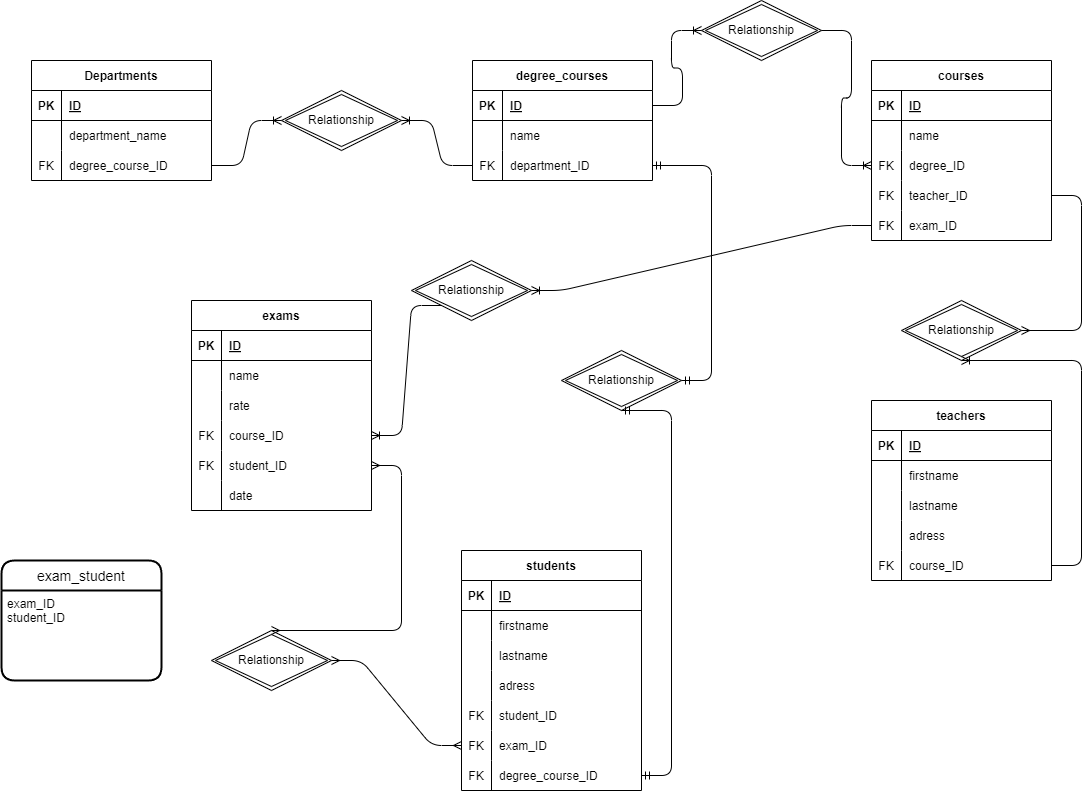
ManuelTrappolini/db-university keeps this draw.io diagram as university.png. Above is the earlier version. Source tidied: cells renumbered, new cells last; positions are measured from the earlier drawing's top-left corner, leaving out a move shared by most shapes.
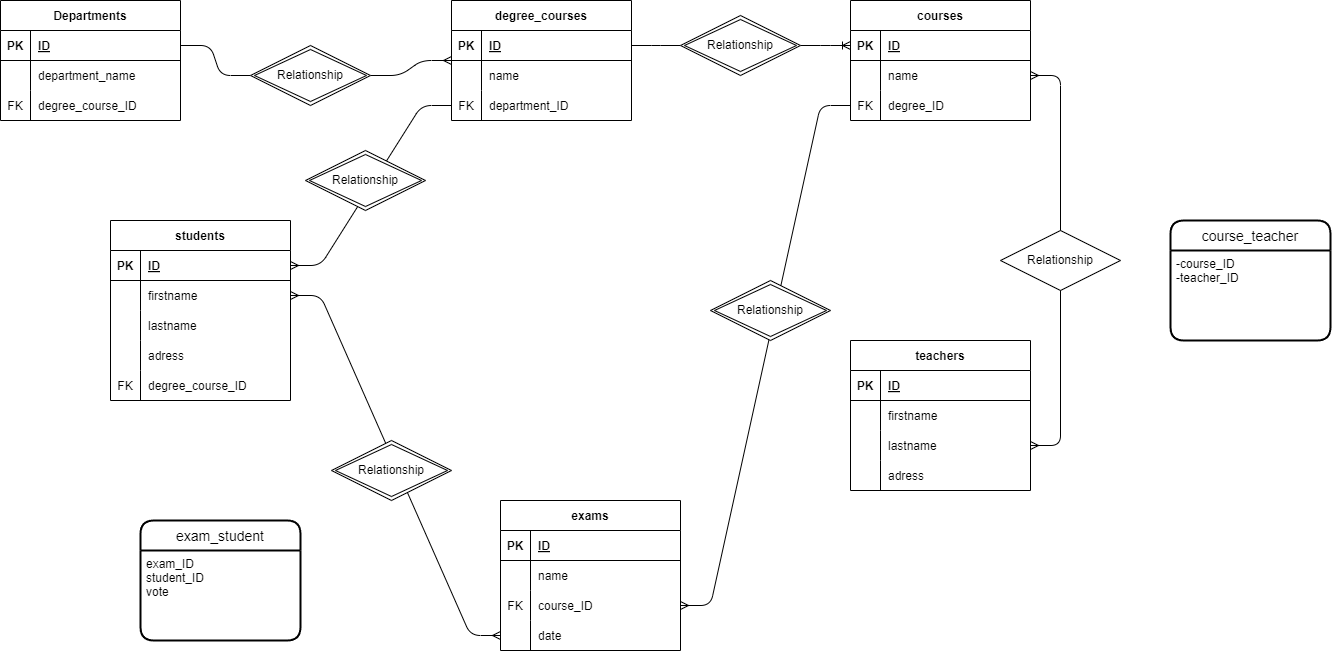
The same diagram one commit later.

Change to the diagram source:
```diff
@@ -3,7 +3,7 @@
     <mxCell id="0" />
     <mxCell id="1" parent="0" />
     <mxCell id="2" value="Departments" style="shape=table;startSize=30;rowLines=0;fontStyle=1;align=center;" parent="1" vertex="1">
-      <mxGeometry x="30" y="60" width="180" height="120" as="geometry" />
+      <mxGeometry x="20" y="60" width="180" height="120" as="geometry" />
     </mxCell>
     <mxCell id="3" style="shape=tableRow;horizontal=0;startSize=0;swimlaneHead=0;swimlaneBody=0;fillColor=none;points=[[0,0.5],[1,0.5]];portConstraint=eastwest;top=0;left=0;right=0;bottom=1;" parent="2" vertex="1">
       <mxGeometry y="30" width="180" height="30" as="geometry" />
@@ -32,9 +32,6 @@
     <mxCell id="11" value="degree_course_ID" style="shape=partialRectangle;fillColor=none;top=0;left=0;bottom=0;right=0;align=left;spacingLeft=6;overflow=hidden;" parent="9" vertex="1">
       <mxGeometry x="30" width="150" height="30" as="geometry" />
     </mxCell>
-    <mxCell id="12" value="Relationship" style="shape=rhombus;double=1;perimeter=rhombusPerimeter;whiteSpace=wrap;html=1;align=center;" parent="1" vertex="1">
-      <mxGeometry x="280" y="90" width="120" height="60" as="geometry" />
-    </mxCell>
     <mxCell id="13" value="degree_courses" style="shape=table;startSize=30;rowLines=0;fontStyle=1;align=center;" parent="1" vertex="1">
       <mxGeometry x="471" y="60" width="180" height="120" as="geometry" />
     </mxCell>
@@ -65,14 +62,8 @@
     <mxCell id="22" value="department_ID" style="shape=partialRectangle;fillColor=none;top=0;left=0;bottom=0;right=0;align=left;spacingLeft=6;overflow=hidden;" parent="20" vertex="1">
       <mxGeometry x="30" width="150" height="30" as="geometry" />
     </mxCell>
-    <mxCell id="23" style="edgeStyle=entityRelationEdgeStyle;fontSize=12;html=1;endArrow=ERoneToMany;exitX=1;exitY=0.5;exitDx=0;exitDy=0;" parent="1" edge="1" source="9" target="12">
-      <mxGeometry relative="1" as="geometry" />
-    </mxCell>
-    <mxCell id="24" style="edgeStyle=entityRelationEdgeStyle;fontSize=12;html=1;endArrow=ERoneToMany;exitX=0;exitY=0.5;exitDx=0;exitDy=0;" parent="1" edge="1" source="20" target="12">
-      <mxGeometry relative="1" as="geometry" />
-    </mxCell>
     <mxCell id="25" value="courses" style="shape=table;startSize=30;rowLines=0;fontStyle=1;align=center;" parent="1" vertex="1">
-      <mxGeometry x="870" y="60" width="180" height="180" as="geometry" />
+      <mxGeometry x="870" y="60" width="180" height="120" as="geometry" />
     </mxCell>
     <mxCell id="26" style="shape=tableRow;horizontal=0;startSize=0;swimlaneHead=0;swimlaneBody=0;fillColor=none;points=[[0,0.5],[1,0.5]];portConstraint=eastwest;top=0;left=0;right=0;bottom=1;" parent="25" vertex="1">
       <mxGeometry y="30" width="180" height="30" as="geometry" />
@@ -101,35 +92,11 @@
     <mxCell id="34" value="degree_ID" style="shape=partialRectangle;fillColor=none;top=0;left=0;bottom=0;right=0;align=left;spacingLeft=6;overflow=hidden;" parent="32" vertex="1">
       <mxGeometry x="30" width="150" height="30" as="geometry" />
     </mxCell>
-    <mxCell id="35" style="shape=tableRow;horizontal=0;startSize=0;swimlaneHead=0;swimlaneBody=0;fillColor=none;points=[[0,0.5],[1,0.5]];portConstraint=eastwest;top=0;left=0;right=0;bottom=0;" parent="25" vertex="1">
-      <mxGeometry y="120" width="180" height="30" as="geometry" />
-    </mxCell>
-    <mxCell id="36" value="FK" style="shape=partialRectangle;fillColor=none;top=0;left=0;bottom=0;right=0;overflow=hidden;" parent="35" vertex="1">
-      <mxGeometry width="30" height="30" as="geometry" />
-    </mxCell>
-    <mxCell id="37" value="teacher_ID" style="shape=partialRectangle;fillColor=none;top=0;left=0;bottom=0;right=0;align=left;spacingLeft=6;overflow=hidden;" parent="35" vertex="1">
-      <mxGeometry x="30" width="150" height="30" as="geometry" />
-    </mxCell>
-    <mxCell id="38" style="shape=tableRow;horizontal=0;startSize=0;swimlaneHead=0;swimlaneBody=0;fillColor=none;points=[[0,0.5],[1,0.5]];portConstraint=eastwest;top=0;left=0;right=0;bottom=0;" parent="25" vertex="1">
-      <mxGeometry y="150" width="180" height="30" as="geometry" />
-    </mxCell>
-    <mxCell id="39" value="FK" style="shape=partialRectangle;fillColor=none;top=0;left=0;bottom=0;right=0;overflow=hidden;" parent="38" vertex="1">
-      <mxGeometry width="30" height="30" as="geometry" />
-    </mxCell>
-    <mxCell id="40" value="exam_ID" style="shape=partialRectangle;fillColor=none;top=0;left=0;bottom=0;right=0;align=left;spacingLeft=6;overflow=hidden;" parent="38" vertex="1">
-      <mxGeometry x="30" width="150" height="30" as="geometry" />
-    </mxCell>
-    <mxCell id="41" value="Relationship" style="shape=rhombus;double=1;perimeter=rhombusPerimeter;whiteSpace=wrap;html=1;align=center;" parent="1" vertex="1">
-      <mxGeometry x="700" width="120" height="60" as="geometry" />
-    </mxCell>
-    <mxCell id="42" style="edgeStyle=entityRelationEdgeStyle;fontSize=12;html=1;endArrow=ERoneToMany;" parent="1" edge="1" source="14" target="41">
+    <mxCell id="42" style="edgeStyle=entityRelationEdgeStyle;fontSize=12;html=1;endArrow=ERoneToMany;startArrow=none;" parent="1" edge="1" source="125" target="26">
       <mxGeometry relative="1" as="geometry" />
     </mxCell>
-    <mxCell id="43" style="edgeStyle=entityRelationEdgeStyle;fontSize=12;html=1;endArrow=ERoneToMany;" parent="1" edge="1" source="41" target="32">
-      <mxGeometry relative="1" as="geometry" />
-    </mxCell>
     <mxCell id="44" value="teachers" style="shape=table;startSize=30;rowLines=0;fontStyle=1;align=center;" parent="1" vertex="1">
-      <mxGeometry x="870" y="400" width="180" height="180" as="geometry" />
+      <mxGeometry x="870" y="400" width="180" height="150" as="geometry" />
     </mxCell>
     <mxCell id="45" style="shape=tableRow;horizontal=0;startSize=0;swimlaneHead=0;swimlaneBody=0;fillColor=none;top=0;left=0;right=0;bottom=1;" parent="44" vertex="1">
       <mxGeometry y="30" width="180" height="30" as="geometry" />
@@ -167,20 +134,8 @@
     <mxCell id="56" value="adress" style="shape=partialRectangle;fillColor=none;top=0;left=0;bottom=0;right=0;align=left;spacingLeft=6;overflow=hidden;" parent="54" vertex="1">
       <mxGeometry x="30" width="150" height="30" as="geometry" />
     </mxCell>
-    <mxCell id="57" style="shape=tableRow;horizontal=0;startSize=0;swimlaneHead=0;swimlaneBody=0;fillColor=none;points=[[0,0.5],[1,0.5]];portConstraint=eastwest;top=0;left=0;right=0;bottom=0;" parent="44" vertex="1">
-      <mxGeometry y="150" width="180" height="30" as="geometry" />
-    </mxCell>
-    <mxCell id="58" value="FK" style="shape=partialRectangle;fillColor=none;top=0;left=0;bottom=0;right=0;overflow=hidden;" parent="57" vertex="1">
-      <mxGeometry width="30" height="30" as="geometry" />
-    </mxCell>
-    <mxCell id="59" value="course_ID" style="shape=partialRectangle;fillColor=none;top=0;left=0;bottom=0;right=0;align=left;spacingLeft=6;overflow=hidden;" parent="57" vertex="1">
-      <mxGeometry x="30" width="150" height="30" as="geometry" />
-    </mxCell>
-    <mxCell id="60" value="Relationship" style="shape=rhombus;double=1;perimeter=rhombusPerimeter;whiteSpace=wrap;html=1;align=center;" parent="1" vertex="1">
-      <mxGeometry x="900" y="300" width="120" height="60" as="geometry" />
-    </mxCell>
     <mxCell id="61" value="exams" style="shape=table;startSize=30;rowLines=0;fontStyle=1;align=center;" parent="1" vertex="1">
-      <mxGeometry x="190" y="300" width="180" height="210" as="geometry" />
+      <mxGeometry x="520" y="560" width="180" height="150" as="geometry" />
     </mxCell>
     <mxCell id="62" style="shape=tableRow;horizontal=0;startSize=0;swimlaneHead=0;swimlaneBody=0;fillColor=none;top=0;left=0;right=0;bottom=1;" parent="61" vertex="1">
       <mxGeometry y="30" width="180" height="30" as="geometry" />
@@ -200,17 +155,8 @@
     <mxCell id="67" value="name" style="shape=partialRectangle;fillColor=none;top=0;left=0;bottom=0;right=0;align=left;spacingLeft=6;overflow=hidden;" parent="65" vertex="1">
       <mxGeometry x="30" width="150" height="30" as="geometry" />
     </mxCell>
-    <mxCell id="68" style="shape=tableRow;horizontal=0;startSize=0;swimlaneHead=0;swimlaneBody=0;fillColor=none;top=0;left=0;right=0;bottom=0;" parent="61" vertex="1">
-      <mxGeometry y="90" width="180" height="30" as="geometry" />
-    </mxCell>
-    <mxCell id="69" style="shape=partialRectangle;fillColor=none;top=0;left=0;bottom=0;right=0;overflow=hidden;" parent="68" vertex="1">
-      <mxGeometry width="30" height="30" as="geometry" />
-    </mxCell>
-    <mxCell id="70" value="rate" style="shape=partialRectangle;fillColor=none;top=0;left=0;bottom=0;right=0;align=left;spacingLeft=6;overflow=hidden;" parent="68" vertex="1">
-      <mxGeometry x="30" width="150" height="30" as="geometry" />
-    </mxCell>
     <mxCell id="71" style="shape=tableRow;horizontal=0;startSize=0;swimlaneHead=0;swimlaneBody=0;fillColor=none;points=[[0,0.5],[1,0.5]];portConstraint=eastwest;top=0;left=0;right=0;bottom=0;" parent="61" vertex="1">
-      <mxGeometry y="120" width="180" height="30" as="geometry" />
+      <mxGeometry y="90" width="180" height="30" as="geometry" />
     </mxCell>
     <mxCell id="72" value="FK" style="shape=partialRectangle;fillColor=none;top=0;left=0;bottom=0;right=0;overflow=hidden;" parent="71" vertex="1">
       <mxGeometry width="30" height="30" as="geometry" />
@@ -218,17 +164,8 @@
     <mxCell id="73" value="course_ID" style="shape=partialRectangle;fillColor=none;top=0;left=0;bottom=0;right=0;align=left;spacingLeft=6;overflow=hidden;" parent="71" vertex="1">
       <mxGeometry x="30" width="150" height="30" as="geometry" />
     </mxCell>
-    <mxCell id="74" style="shape=tableRow;horizontal=0;startSize=0;swimlaneHead=0;swimlaneBody=0;fillColor=none;points=[[0,0.5],[1,0.5]];portConstraint=eastwest;top=0;left=0;right=0;bottom=0;" parent="61" vertex="1">
-      <mxGeometry y="150" width="180" height="30" as="geometry" />
-    </mxCell>
-    <mxCell id="75" value="FK" style="shape=partialRectangle;fillColor=none;top=0;left=0;bottom=0;right=0;overflow=hidden;" parent="74" vertex="1">
-      <mxGeometry width="30" height="30" as="geometry" />
-    </mxCell>
-    <mxCell id="76" value="student_ID" style="shape=partialRectangle;fillColor=none;top=0;left=0;bottom=0;right=0;align=left;spacingLeft=6;overflow=hidden;" parent="74" vertex="1">
-      <mxGeometry x="30" width="150" height="30" as="geometry" />
-    </mxCell>
     <mxCell id="77" style="shape=tableRow;horizontal=0;startSize=0;swimlaneHead=0;swimlaneBody=0;fillColor=none;points=[[0,0.5],[1,0.5]];portConstraint=eastwest;top=0;left=0;right=0;bottom=0;" parent="61" vertex="1">
-      <mxGeometry y="180" width="180" height="30" as="geometry" />
+      <mxGeometry y="120" width="180" height="30" as="geometry" />
     </mxCell>
     <mxCell id="78" style="shape=partialRectangle;fillColor=none;top=0;left=0;bottom=0;right=0;overflow=hidden;" parent="77" vertex="1">
       <mxGeometry width="30" height="30" as="geometry" />
@@ -236,17 +173,8 @@
     <mxCell id="79" value="date" style="shape=partialRectangle;fillColor=none;top=0;left=0;bottom=0;right=0;align=left;spacingLeft=6;overflow=hidden;" parent="77" vertex="1">
       <mxGeometry x="30" width="150" height="30" as="geometry" />
     </mxCell>
-    <mxCell id="80" value="Relationship" style="shape=rhombus;double=1;perimeter=rhombusPerimeter;whiteSpace=wrap;html=1;align=center;" parent="1" vertex="1">
-      <mxGeometry x="410" y="260" width="120" height="60" as="geometry" />
-    </mxCell>
-    <mxCell id="81" style="edgeStyle=entityRelationEdgeStyle;fontSize=12;html=1;endArrow=ERoneToMany;" parent="1" edge="1" source="38" target="80">
-      <mxGeometry relative="1" as="geometry" />
-    </mxCell>
-    <mxCell id="82" style="edgeStyle=entityRelationEdgeStyle;fontSize=12;html=1;endArrow=ERoneToMany;exitX=0;exitY=1;exitDx=0;exitDy=0;" parent="1" edge="1" source="80" target="71">
-      <mxGeometry relative="1" as="geometry" />
-    </mxCell>
     <mxCell id="83" value="students" style="shape=table;startSize=30;rowLines=0;fontStyle=1;align=center;" parent="1" vertex="1">
-      <mxGeometry x="460" y="550" width="180" height="240" as="geometry" />
+      <mxGeometry x="130" y="280" width="180" height="180" as="geometry" />
     </mxCell>
     <mxCell id="84" style="shape=tableRow;horizontal=0;startSize=0;swimlaneHead=0;swimlaneBody=0;fillColor=none;points=[[0,0.5],[1,0.5]];portConstraint=eastwest;top=0;left=0;right=0;bottom=1;" parent="83" vertex="1">
       <mxGeometry y="30" width="180" height="30" as="geometry" />
@@ -284,26 +212,8 @@
     <mxCell id="95" value="adress" style="shape=partialRectangle;fillColor=none;top=0;left=0;bottom=0;right=0;align=left;spacingLeft=6;overflow=hidden;" parent="93" vertex="1">
       <mxGeometry x="30" width="150" height="30" as="geometry" />
     </mxCell>
-    <mxCell id="96" style="shape=tableRow;horizontal=0;startSize=0;swimlaneHead=0;swimlaneBody=0;fillColor=none;top=0;left=0;right=0;bottom=0;" parent="83" vertex="1">
-      <mxGeometry y="150" width="180" height="30" as="geometry" />
-    </mxCell>
-    <mxCell id="97" value="FK" style="shape=partialRectangle;fillColor=none;top=0;left=0;bottom=0;right=0;overflow=hidden;" parent="96" vertex="1">
-      <mxGeometry width="30" height="30" as="geometry" />
-    </mxCell>
-    <mxCell id="98" value="student_ID" style="shape=partialRectangle;fillColor=none;top=0;left=0;bottom=0;right=0;align=left;spacingLeft=6;overflow=hidden;" parent="96" vertex="1">
-      <mxGeometry x="30" width="150" height="30" as="geometry" />
-    </mxCell>
-    <mxCell id="99" style="shape=tableRow;horizontal=0;startSize=0;swimlaneHead=0;swimlaneBody=0;fillColor=none;points=[[0,0.5],[1,0.5]];portConstraint=eastwest;top=0;left=0;right=0;bottom=0;" parent="83" vertex="1">
-      <mxGeometry y="180" width="180" height="30" as="geometry" />
-    </mxCell>
-    <mxCell id="100" value="FK" style="shape=partialRectangle;fillColor=none;top=0;left=0;bottom=0;right=0;overflow=hidden;" parent="99" vertex="1">
-      <mxGeometry width="30" height="30" as="geometry" />
-    </mxCell>
-    <mxCell id="101" value="exam_ID" style="shape=partialRectangle;fillColor=none;top=0;left=0;bottom=0;right=0;align=left;spacingLeft=6;overflow=hidden;" parent="99" vertex="1">
-      <mxGeometry x="30" width="150" height="30" as="geometry" />
-    </mxCell>
     <mxCell id="102" style="shape=tableRow;horizontal=0;startSize=0;swimlaneHead=0;swimlaneBody=0;fillColor=none;points=[[0,0.5],[1,0.5]];portConstraint=eastwest;top=0;left=0;right=0;bottom=0;" parent="83" vertex="1">
-      <mxGeometry y="210" width="180" height="30" as="geometry" />
+      <mxGeometry y="150" width="180" height="30" as="geometry" />
     </mxCell>
     <mxCell id="103" value="FK" style="shape=partialRectangle;fillColor=none;top=0;left=0;bottom=0;right=0;overflow=hidden;" parent="102" vertex="1">
       <mxGeometry width="30" height="30" as="geometry" />
@@ -311,35 +221,56 @@
     <mxCell id="104" value="degree_course_ID" style="shape=partialRectangle;fillColor=none;top=0;left=0;bottom=0;right=0;align=left;spacingLeft=6;overflow=hidden;" parent="102" vertex="1">
       <mxGeometry x="30" width="150" height="30" as="geometry" />
     </mxCell>
-    <mxCell id="105" value="Relationship" style="shape=rhombus;double=1;perimeter=rhombusPerimeter;whiteSpace=wrap;html=1;align=center;" parent="1" vertex="1">
-      <mxGeometry x="210" y="630" width="120" height="60" as="geometry" />
-    </mxCell>
-    <mxCell id="106" value="Relationship" style="shape=rhombus;double=1;perimeter=rhombusPerimeter;whiteSpace=wrap;html=1;align=center;" parent="1" vertex="1">
-      <mxGeometry x="560" y="350" width="120" height="60" as="geometry" />
-    </mxCell>
-    <mxCell id="107" style="edgeStyle=entityRelationEdgeStyle;fontSize=12;html=1;endArrow=ERmandOne;startArrow=ERmandOne;" parent="1" edge="1" source="106" target="20">
-      <mxGeometry relative="1" as="geometry" />
-    </mxCell>
-    <mxCell id="108" style="edgeStyle=entityRelationEdgeStyle;fontSize=12;html=1;endArrow=ERmandOne;startArrow=ERmandOne;entryX=0.5;entryY=1;entryDx=0;entryDy=0;" parent="1" edge="1" source="102" target="106">
-      <mxGeometry relative="1" as="geometry" />
-    </mxCell>
-    <mxCell id="109" style="edgeStyle=entityRelationEdgeStyle;fontSize=12;html=1;endArrow=ERmany;startArrow=ERmany;exitX=0;exitY=0.5;exitDx=0;exitDy=0;" parent="1" edge="1" source="99" target="105">
-      <mxGeometry relative="1" as="geometry" />
-    </mxCell>
-    <mxCell id="110" style="edgeStyle=entityRelationEdgeStyle;fontSize=12;html=1;endArrow=ERmany;startArrow=ERmany;exitX=0.5;exitY=0;exitDx=0;exitDy=0;" parent="1" edge="1" source="105" target="74">
-      <mxGeometry relative="1" as="geometry" />
-    </mxCell>
     <mxCell id="111" value="exam_student" style="swimlane;horizontal=1;startSize=30;rounded=1;fontSize=14;fontStyle=0;strokeWidth=2;shadow=0;dashed=0;align=center;" parent="1" vertex="1">
-      <mxGeometry y="560" width="160" height="120" as="geometry" />
+      <mxGeometry x="160" y="580" width="160" height="120" as="geometry" />
     </mxCell>
-    <mxCell id="112" value="exam_ID&#10;student_ID" style="align=left;strokeColor=none;fillColor=none;spacingLeft=4;fontSize=12;verticalAlign=top;" parent="111" vertex="1">
+    <mxCell id="112" value="exam_ID&#10;student_ID&#10;vote" style="align=left;strokeColor=none;fillColor=none;spacingLeft=4;fontSize=12;verticalAlign=top;" parent="111" vertex="1">
       <mxGeometry y="30" width="160" height="90" as="geometry" />
     </mxCell>
-    <mxCell id="113" style="edgeStyle=entityRelationEdgeStyle;fontSize=12;html=1;endArrow=ERmany;entryX=1;entryY=0.5;entryDx=0;entryDy=0;" parent="1" edge="1" source="35" target="60">
-      <mxGeometry relative="1" as="geometry" />
-    </mxCell>
-    <mxCell id="114" style="edgeStyle=entityRelationEdgeStyle;fontSize=12;html=1;endArrow=ERoneToMany;entryX=0.5;entryY=1;entryDx=0;entryDy=0;" parent="1" edge="1" source="57" target="60">
-      <mxGeometry relative="1" as="geometry" />
-    </mxCell>
+    <mxCell id="115" style="edgeStyle=entityRelationEdgeStyle;fontSize=12;html=1;endArrow=ERmany;exitX=1;exitY=0.5;exitDx=0;exitDy=0;startArrow=none;" parent="1" edge="1" source="117" target="13">
+      <mxGeometry relative="1" as="geometry" />
+    </mxCell>
+    <mxCell id="116" style="edgeStyle=entityRelationEdgeStyle;fontSize=12;html=1;endArrow=none;exitX=1;exitY=0.5;exitDx=0;exitDy=0;entryX=0;entryY=0.5;entryDx=0;entryDy=0;" parent="1" edge="1" source="3" target="117">
+      <mxGeometry relative="1" as="geometry" />
+    </mxCell>
+    <mxCell id="117" value="Relationship" style="shape=rhombus;double=1;perimeter=rhombusPerimeter;whiteSpace=wrap;html=1;align=center;" parent="1" vertex="1">
+      <mxGeometry x="270" y="105" width="120" height="60" as="geometry" />
+    </mxCell>
+    <mxCell id="118" value="course_teacher" style="swimlane;horizontal=1;startSize=30;rounded=1;fontSize=14;fontStyle=0;strokeWidth=2;shadow=0;dashed=0;align=center;" parent="1" vertex="1">
+      <mxGeometry x="1190" y="280" width="160" height="120" as="geometry" />
+    </mxCell>
+    <mxCell id="119" value="-course_ID&#10;-teacher_ID" style="align=left;strokeColor=none;fillColor=none;spacingLeft=4;fontSize=12;verticalAlign=top;" parent="118" vertex="1">
+      <mxGeometry y="30" width="160" height="90" as="geometry" />
+    </mxCell>
+    <mxCell id="120" style="edgeStyle=entityRelationEdgeStyle;fontSize=12;html=1;endArrow=ERmany;startArrow=ERmany;" parent="1" edge="1" source="87" target="77">
+      <mxGeometry relative="1" as="geometry" />
+    </mxCell>
+    <mxCell id="121" value="Relationship" style="shape=rhombus;double=1;perimeter=rhombusPerimeter;whiteSpace=wrap;html=1;align=center;" parent="1" vertex="1">
+      <mxGeometry x="351" y="500" width="120" height="60" as="geometry" />
+    </mxCell>
+    <mxCell id="122" style="edgeStyle=entityRelationEdgeStyle;fontSize=12;html=1;endArrow=ERmany;" parent="1" edge="1" source="20" target="84">
+      <mxGeometry relative="1" as="geometry" />
+    </mxCell>
+    <mxCell id="123" value="Relationship" style="shape=rhombus;double=1;perimeter=rhombusPerimeter;whiteSpace=wrap;html=1;align=center;" parent="1" vertex="1">
+      <mxGeometry x="325" y="210" width="120" height="60" as="geometry" />
+    </mxCell>
+    <mxCell id="124" style="edgeStyle=entityRelationEdgeStyle;fontSize=12;html=1;endArrow=none;" parent="1" edge="1" source="14" target="125">
+      <mxGeometry relative="1" as="geometry" />
+    </mxCell>
+    <mxCell id="125" value="Relationship" style="shape=rhombus;double=1;perimeter=rhombusPerimeter;whiteSpace=wrap;html=1;align=center;" parent="1" vertex="1">
+      <mxGeometry x="700" y="75" width="120" height="60" as="geometry" />
+    </mxCell>
+    <mxCell id="126" style="edgeStyle=entityRelationEdgeStyle;fontSize=12;html=1;endArrow=ERmany;startArrow=ERmany;" parent="1" edge="1" source="51" target="29">
+      <mxGeometry relative="1" as="geometry" />
+    </mxCell>
+    <mxCell id="127" value="Relationship" style="shape=rhombus;perimeter=rhombusPerimeter;whiteSpace=wrap;html=1;align=center;" parent="1" vertex="1">
+      <mxGeometry x="1020" y="290" width="120" height="60" as="geometry" />
+    </mxCell>
+    <mxCell id="128" style="edgeStyle=entityRelationEdgeStyle;fontSize=12;html=1;endArrow=ERmany;startArrow=none;" parent="1" edge="1" source="32" target="71">
+      <mxGeometry relative="1" as="geometry" />
+    </mxCell>
+    <mxCell id="129" value="Relationship" style="shape=rhombus;double=1;perimeter=rhombusPerimeter;whiteSpace=wrap;html=1;align=center;" parent="1" vertex="1">
+      <mxGeometry x="730" y="340" width="120" height="60" as="geometry" />
+    </mxCell>
   </root>
 </mxGraphModel>
```
